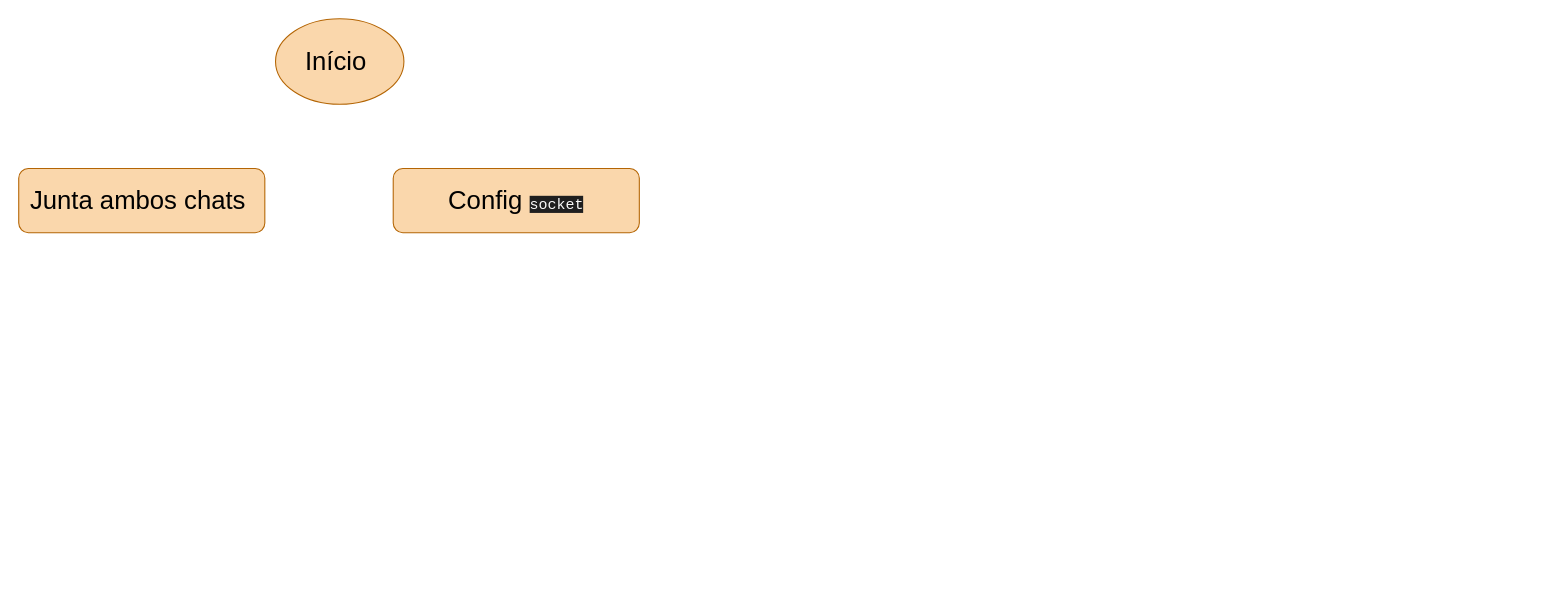
Earlier version of the draw.io diagram chat.drawio (fretus-tcc/fretus). Source tidied: cells renumbered, new cells numbered last; positions are measured from the earlier drawing's top-left corner, leaving out a move shared by most shapes. Both pictures are drawn from the tidied source at 107%, with x=0, y=0 at pixel (18, 18).
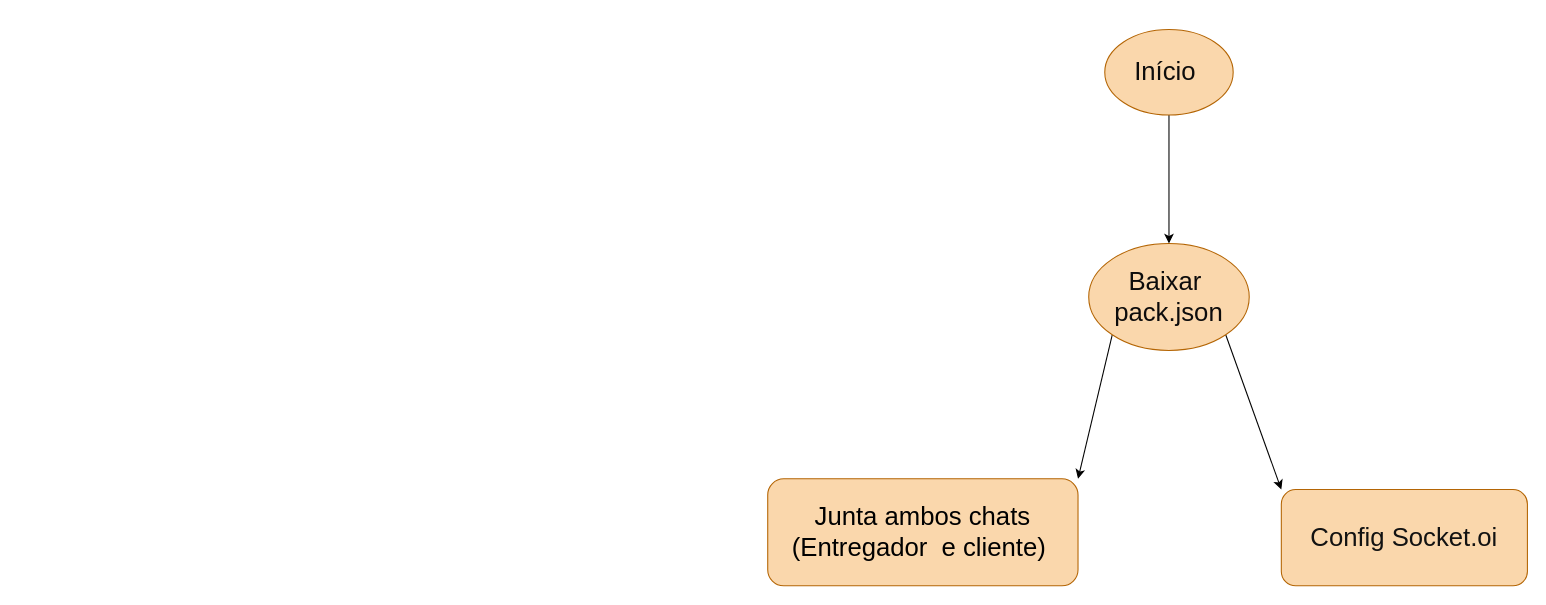
The same diagram, later.

The edit, as a diff of the source:
```diff
@@
 <mxGraphModel>
   <root>
     <mxCell id="0" />
     <mxCell id="1" parent="0" />
+    <mxCell id="5" style="edgeStyle=none;html=1;exitX=0;exitY=1;exitDx=0;exitDy=0;entryX=1;entryY=0;entryDx=0;entryDy=0;fontColor=#000000;" parent="1" edge="1" source="2" target="3">
+      <mxGeometry relative="1" as="geometry" />
+    </mxCell>
+    <mxCell id="6" style="edgeStyle=none;html=1;exitX=1;exitY=1;exitDx=0;exitDy=0;entryX=0;entryY=0;entryDx=0;entryDy=0;fontColor=#000000;" parent="1" edge="1" source="2" target="4">
+      <mxGeometry relative="1" as="geometry" />
+    </mxCell>
-    <mxCell id="2" value="Início&amp;nbsp;" style="ellipse;whiteSpace=wrap;html=1;fontSize=24;fillColor=#fad7ac;strokeColor=#b46504;" parent="1" vertex="1">
-      <mxGeometry x="240" width="120" height="80" as="geometry" />
+    <mxCell id="2" value="&lt;font color=&quot;#0d0c0c&quot;&gt;Baixar&amp;nbsp;&lt;br&gt;pack.json&lt;br&gt;&lt;/font&gt;" style="ellipse;whiteSpace=wrap;html=1;fontSize=24;fillColor=#fad7ac;strokeColor=#b46504;" parent="1" vertex="1">
+      <mxGeometry x="1000" y="210" width="150" height="100" as="geometry" />
     </mxCell>
-    <mxCell id="3" value="Junta ambos chats&amp;nbsp;" style="rounded=1;whiteSpace=wrap;html=1;fontSize=24;fillColor=#fad7ac;strokeColor=#b46504;" parent="1" vertex="1">
-      <mxGeometry y="140" width="230" height="60" as="geometry" />
+    <mxCell id="3" value="&lt;font color=&quot;#000000&quot;&gt;Junta ambos chats&lt;br&gt;(Entregador&amp;nbsp; e cliente)&amp;nbsp;&lt;/font&gt;" style="rounded=1;whiteSpace=wrap;html=1;fontSize=24;fillColor=#fad7ac;strokeColor=#b46504;" parent="1" vertex="1">
+      <mxGeometry x="700" y="430" width="290" height="100" as="geometry" />
     </mxCell>
-    <mxCell id="4" value="Config&amp;nbsp;&lt;span style=&quot;color: rgb(248, 248, 248); background-color: rgb(31, 31, 31); font-family: Consolas, &amp;quot;Courier New&amp;quot;, monospace; font-size: 14px;&quot;&gt;socket&lt;/span&gt;" style="rounded=1;whiteSpace=wrap;html=1;fontSize=24;fillColor=#fad7ac;strokeColor=#b46504;" parent="1" vertex="1">
-      <mxGeometry x="350" y="140" width="230" height="60" as="geometry" />
+    <mxCell id="4" value="&lt;font color=&quot;#121212&quot;&gt;Config Socket.oi&lt;/font&gt;" style="rounded=1;whiteSpace=wrap;html=1;fontSize=24;fillColor=#fad7ac;strokeColor=#b46504;" parent="1" vertex="1">
+      <mxGeometry x="1180" y="440" width="230" height="90" as="geometry" />
     </mxCell>
+    <mxCell id="7" style="edgeStyle=none;html=1;exitX=0.5;exitY=1;exitDx=0;exitDy=0;entryX=0.5;entryY=0;entryDx=0;entryDy=0;fontColor=#000000;" parent="1" edge="1" source="8" target="2">
+      <mxGeometry relative="1" as="geometry" />
+    </mxCell>
+    <mxCell id="8" value="&lt;font color=&quot;#0d0c0c&quot;&gt;Início&amp;nbsp;&lt;/font&gt;" style="ellipse;whiteSpace=wrap;html=1;fontSize=24;fillColor=#fad7ac;strokeColor=#b46504;" parent="1" vertex="1">
+      <mxGeometry x="1015" y="10" width="120" height="80" as="geometry" />
+    </mxCell>
   </root>
 </mxGraphModel>
```
